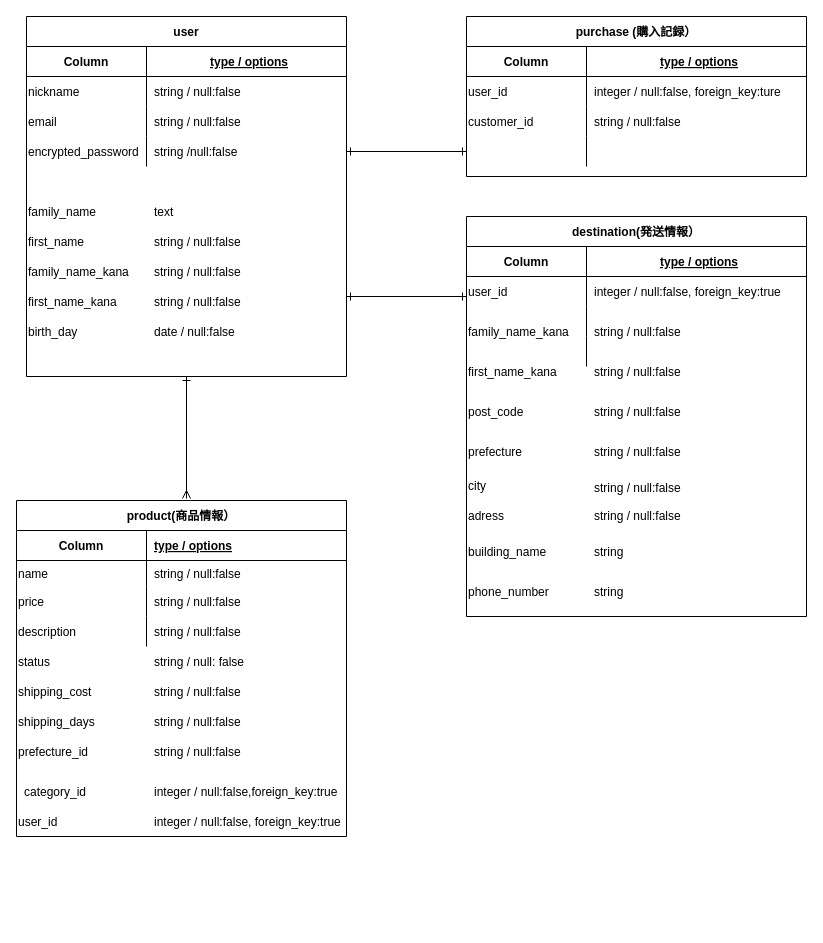
itosyo-takumi/furima-37236 keeps this draw.io diagram as frima.dio. Above is the earlier version. Source tidied: cells renumbered, new cells numbered last; positions are measured from the earlier drawing's top-left corner, leaving out a move shared by most shapes. Both pictures are drawn from the tidied source at 100%, with x=0, y=0 at pixel (16, 16).
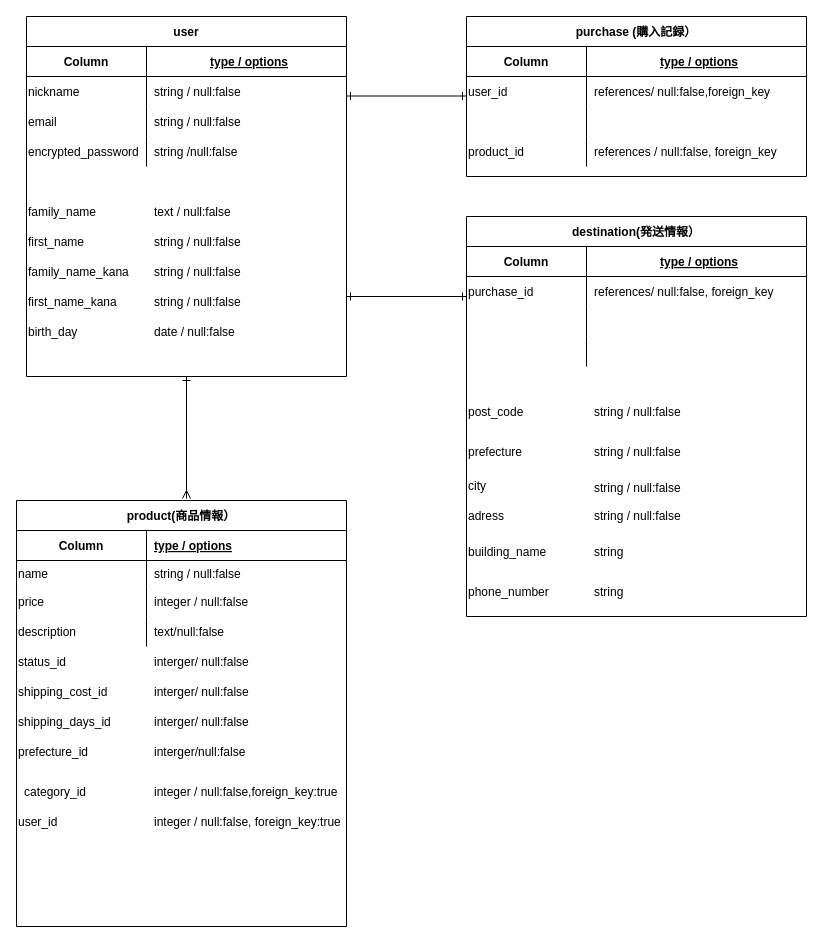
The same diagram, later.

The change refers to these unchanged cells:
```xml
<mxCell id="13" style="shape=partialRectangle;fillColor=none;top=0;left=0;bottom=0;right=0;points=[[0,0.5],[1,0.5]];portConstraint=eastwest;" parent="3" vertex="1">
  <mxGeometry y="120" width="320" height="30" as="geometry" />
</mxCell>
<mxCell id="26" value="purchase (購入記録）" style="shape=table;startSize=30;childLayout=tableLayout;rowLines=0;fontStyle=1;align=center;" parent="1" vertex="1">
  <mxGeometry x="450" width="340" height="160" as="geometry" />
</mxCell>
<mxCell id="30" style="shape=partialRectangle;fillColor=none;top=0;left=0;bottom=0;right=0;" parent="26" vertex="1">
  <mxGeometry y="60" width="340" height="30" as="geometry" />
</mxCell>
<mxCell id="43" style="shape=partialRectangle;fillColor=none;top=0;left=0;bottom=0;right=0;" parent="39" vertex="1">
  <mxGeometry y="60" width="340" height="30" as="geometry" />
</mxCell>
<mxCell id="78" style="shape=partialRectangle;fillColor=none;top=0;left=0;bottom=0;right=0;" parent="71" vertex="1">
  <mxGeometry y="86" width="330" height="30" as="geometry" />
</mxCell>
<mxCell id="81" style="shape=partialRectangle;fillColor=none;top=0;left=0;bottom=0;right=0;" parent="71" vertex="1">
  <mxGeometry y="116" width="330" height="30" as="geometry" />
</mxCell>
```

What changed in the source:
```diff
@@
-    <mxCell id="21" value="text" style="shape=partialRectangle;fillColor=none;top=0;left=0;bottom=0;right=0;align=left;spacingLeft=6;overflow=hidden;" parent="1" vertex="1">
+    <mxCell id="21" value="text / null:false " style="shape=partialRectangle;fillColor=none;top=0;left=0;bottom=0;right=0;align=left;spacingLeft=6;overflow=hidden;" parent="1" vertex="1">
       <mxGeometry x="130" y="180" width="200" height="30" as="geometry" />
     </mxCell>
@@
-    <mxCell id="32" value="integer / null:false, foreign_key:ture" style="shape=partialRectangle;fillColor=none;top=0;left=0;bottom=0;right=0;align=left;spacingLeft=6;overflow=hidden;" parent="30" vertex="1">
+    <mxCell id="32" value="references/ null:false,foreign_key" style="shape=partialRectangle;fillColor=none;top=0;left=0;bottom=0;right=0;align=left;spacingLeft=6;overflow=hidden;" parent="30" vertex="1">
       <mxGeometry x="120" width="220" height="30" as="geometry" />
     </mxCell>
+    <mxCell id="36" style="shape=partialRectangle;fillColor=none;top=0;left=0;bottom=0;right=0;points=[[0,0.5],[1,0.5]];portConstraint=eastwest;" parent="26" vertex="1">
+      <mxGeometry y="90" width="340" height="30" as="geometry" />
+    </mxCell>
+    <mxCell id="37" style="shape=partialRectangle;fillColor=none;top=0;left=0;bottom=0;right=0;overflow=hidden;align=left;" parent="36" vertex="1">
+      <mxGeometry width="120" height="30" as="geometry" />
+    </mxCell>
+    <mxCell id="38" style="shape=partialRectangle;fillColor=none;top=0;left=0;bottom=0;right=0;align=left;spacingLeft=6;overflow=hidden;" parent="36" vertex="1">
+      <mxGeometry x="120" width="220" height="30" as="geometry" />
+    </mxCell>
     <mxCell id="33" style="shape=partialRectangle;fillColor=none;top=0;left=0;bottom=0;right=0;" parent="26" vertex="1">
-      <mxGeometry y="90" width="340" height="30" as="geometry" />
+      <mxGeometry y="120" width="340" height="30" as="geometry" />
     </mxCell>
-    <mxCell id="34" value="customer_id" style="shape=partialRectangle;fillColor=none;top=0;left=0;bottom=0;right=0;overflow=hidden;align=left;" parent="33" vertex="1">
+    <mxCell id="34" value="product_id" style="shape=partialRectangle;fillColor=none;top=0;left=0;bottom=0;right=0;overflow=hidden;align=left;" parent="33" vertex="1">
       <mxGeometry width="120" height="30" as="geometry" />
     </mxCell>
-    <mxCell id="35" value="string / null:false" style="shape=partialRectangle;fillColor=none;top=0;left=0;bottom=0;right=0;align=left;spacingLeft=6;overflow=hidden;" parent="33" vertex="1">
+    <mxCell id="35" value="references / null:false, foreign_key" style="shape=partialRectangle;fillColor=none;top=0;left=0;bottom=0;right=0;align=left;spacingLeft=6;overflow=hidden;" parent="33" vertex="1">
       <mxGeometry x="120" width="220" height="30" as="geometry" />
     </mxCell>
-    <mxCell id="36" style="shape=partialRectangle;fillColor=none;top=0;left=0;bottom=0;right=0;points=[[0,0.5],[1,0.5]];portConstraint=eastwest;" parent="26" vertex="1">
-      <mxGeometry y="120" width="340" height="30" as="geometry" />
-    </mxCell>
-    <mxCell id="37" style="shape=partialRectangle;fillColor=none;top=0;left=0;bottom=0;right=0;overflow=hidden;align=left;" parent="36" vertex="1">
-      <mxGeometry width="120" height="30" as="geometry" />
-    </mxCell>
-    <mxCell id="38" style="shape=partialRectangle;fillColor=none;top=0;left=0;bottom=0;right=0;align=left;spacingLeft=6;overflow=hidden;" parent="36" vertex="1">
-      <mxGeometry x="120" width="220" height="30" as="geometry" />
-    </mxCell>
@@
-    <mxCell id="44" value="user_id" style="shape=partialRectangle;fillColor=none;top=0;left=0;bottom=0;right=0;overflow=hidden;align=left;" parent="43" vertex="1">
+    <mxCell id="44" value="purchase_id" style="shape=partialRectangle;fillColor=none;top=0;left=0;bottom=0;right=0;overflow=hidden;align=left;" parent="43" vertex="1">
       <mxGeometry width="120" height="30" as="geometry" />
     </mxCell>
-    <mxCell id="45" value="integer / null:false, foreign_key:true" style="shape=partialRectangle;fillColor=none;top=0;left=0;bottom=0;right=0;align=left;spacingLeft=6;overflow=hidden;" parent="43" vertex="1">
+    <mxCell id="45" value="references/ null:false, foreign_key" style="shape=partialRectangle;fillColor=none;top=0;left=0;bottom=0;right=0;align=left;spacingLeft=6;overflow=hidden;" parent="43" vertex="1">
       <mxGeometry x="120" width="220" height="30" as="geometry" />
     </mxCell>
@@
-    <mxCell id="56" value="string / null:false" style="shape=partialRectangle;fillColor=none;top=0;left=0;bottom=0;right=0;align=left;spacingLeft=6;overflow=hidden;" parent="1" vertex="1">
-      <mxGeometry x="570" y="340" width="180" height="30" as="geometry" />
-    </mxCell>
@@
-    <mxCell id="58" value="string / null:false" style="shape=partialRectangle;fillColor=none;top=0;left=0;bottom=0;right=0;align=left;spacingLeft=6;overflow=hidden;" parent="1" vertex="1">
-      <mxGeometry x="570" y="300" width="180" height="30" as="geometry" />
-    </mxCell>
@@
-    <mxCell id="60" value="first_name_kana" style="shape=partialRectangle;fillColor=none;top=0;left=0;bottom=0;right=0;overflow=hidden;align=left;" parent="1" vertex="1">
-      <mxGeometry x="450" y="340" width="120" height="30" as="geometry" />
-    </mxCell>
@@
-    <mxCell id="66" value="family_name_kana" style="shape=partialRectangle;fillColor=none;top=0;left=0;bottom=0;right=0;overflow=hidden;align=left;" parent="1" vertex="1">
-      <mxGeometry x="450" y="300" width="120" height="30" as="geometry" />
-    </mxCell>
@@
-    <mxCell id="69" style="edgeStyle=none;html=1;exitX=1;exitY=0.5;exitDx=0;exitDy=0;entryX=0;entryY=0.5;entryDx=0;entryDy=0;startArrow=ERone;startFill=0;endArrow=ERone;endFill=0;" parent="1" edge="1" source="13" target="36">
-      <mxGeometry relative="1" as="geometry" />
-    </mxCell>
@@
     <mxCell id="71" value="product(商品情報）" style="shape=table;startSize=30;childLayout=tableLayout;rowLines=0;fontStyle=1;align=center;" parent="1" vertex="1">
-      <mxGeometry y="484" width="330" height="336" as="geometry" />
+      <mxGeometry y="484" width="330" height="426" as="geometry" />
     </mxCell>
@@
-    <mxCell id="80" value="string / null:false" style="shape=partialRectangle;fillColor=none;top=0;left=0;bottom=0;right=0;align=left;spacingLeft=6;overflow=hidden;" parent="78" vertex="1">
+    <mxCell id="80" value="integer / null:false" style="shape=partialRectangle;fillColor=none;top=0;left=0;bottom=0;right=0;align=left;spacingLeft=6;overflow=hidden;" parent="78" vertex="1">
       <mxGeometry x="130" width="200" height="30" as="geometry" />
     </mxCell>
@@
-    <mxCell id="83" value="string / null:false" style="shape=partialRectangle;fillColor=none;top=0;left=0;bottom=0;right=0;align=left;spacingLeft=6;overflow=hidden;" parent="81" vertex="1">
+    <mxCell id="83" value="text/null:false" style="shape=partialRectangle;fillColor=none;top=0;left=0;bottom=0;right=0;align=left;spacingLeft=6;overflow=hidden;" parent="81" vertex="1">
       <mxGeometry x="130" width="200" height="30" as="geometry" />
     </mxCell>
-    <mxCell id="84" value="status" style="shape=partialRectangle;fillColor=none;top=0;left=0;bottom=0;right=0;overflow=hidden;align=left;" parent="1" vertex="1">
+    <mxCell id="84" value="status_id" style="shape=partialRectangle;fillColor=none;top=0;left=0;bottom=0;right=0;overflow=hidden;align=left;" parent="1" vertex="1">
       <mxGeometry y="630" width="130" height="30" as="geometry" />
     </mxCell>
-    <mxCell id="85" value="shipping_cost" style="shape=partialRectangle;fillColor=none;top=0;left=0;bottom=0;right=0;overflow=hidden;align=left;" parent="1" vertex="1">
+    <mxCell id="85" value="shipping_cost_id" style="shape=partialRectangle;fillColor=none;top=0;left=0;bottom=0;right=0;overflow=hidden;align=left;" parent="1" vertex="1">
       <mxGeometry y="660" width="130" height="30" as="geometry" />
     </mxCell>
-    <mxCell id="86" value="shipping_days" style="shape=partialRectangle;fillColor=none;top=0;left=0;bottom=0;right=0;overflow=hidden;align=left;" parent="1" vertex="1">
+    <mxCell id="86" value="shipping_days_id" style="shape=partialRectangle;fillColor=none;top=0;left=0;bottom=0;right=0;overflow=hidden;align=left;" parent="1" vertex="1">
       <mxGeometry y="690" width="130" height="30" as="geometry" />
     </mxCell>
@@
-    <mxCell id="89" value="string / null: false" style="shape=partialRectangle;fillColor=none;top=0;left=0;bottom=0;right=0;align=left;spacingLeft=6;overflow=hidden;" parent="1" vertex="1">
+    <mxCell id="89" value="interger/ null:false" style="shape=partialRectangle;fillColor=none;top=0;left=0;bottom=0;right=0;align=left;spacingLeft=6;overflow=hidden;" parent="1" vertex="1">
       <mxGeometry x="130" y="630" width="200" height="30" as="geometry" />
     </mxCell>
-    <mxCell id="90" value="string / null:false" style="shape=partialRectangle;fillColor=none;top=0;left=0;bottom=0;right=0;align=left;spacingLeft=6;overflow=hidden;" parent="1" vertex="1">
+    <mxCell id="90" value="interger/ null:false" style="shape=partialRectangle;fillColor=none;top=0;left=0;bottom=0;right=0;align=left;spacingLeft=6;overflow=hidden;" parent="1" vertex="1">
       <mxGeometry x="130" y="690" width="200" height="30" as="geometry" />
     </mxCell>
-    <mxCell id="91" value="string / null:false" style="shape=partialRectangle;fillColor=none;top=0;left=0;bottom=0;right=0;align=left;spacingLeft=6;overflow=hidden;" parent="1" vertex="1">
+    <mxCell id="91" value="interger/ null:false" style="shape=partialRectangle;fillColor=none;top=0;left=0;bottom=0;right=0;align=left;spacingLeft=6;overflow=hidden;" parent="1" vertex="1">
       <mxGeometry x="130" y="660" width="200" height="30" as="geometry" />
     </mxCell>
@@
-    <mxCell id="93" value="string / null:false" style="shape=partialRectangle;fillColor=none;top=0;left=0;bottom=0;right=0;align=left;spacingLeft=6;overflow=hidden;" parent="1" vertex="1">
+    <mxCell id="93" value="interger/null:false" style="shape=partialRectangle;fillColor=none;top=0;left=0;bottom=0;right=0;align=left;spacingLeft=6;overflow=hidden;" parent="1" vertex="1">
       <mxGeometry x="130" y="720" width="200" height="30" as="geometry" />
     </mxCell>
@@
+    <mxCell id="96" style="edgeStyle=none;html=1;exitX=1;exitY=0.5;exitDx=0;exitDy=0;entryX=0;entryY=0.5;entryDx=0;entryDy=0;startArrow=ERone;startFill=0;endArrow=ERone;endFill=0;" parent="1" edge="1">
+      <mxGeometry relative="1" as="geometry">
+        <mxPoint x="330" y="79.5" as="sourcePoint" />
+        <mxPoint x="450" y="79.5" as="targetPoint" />
+      </mxGeometry>
+    </mxCell>
```
